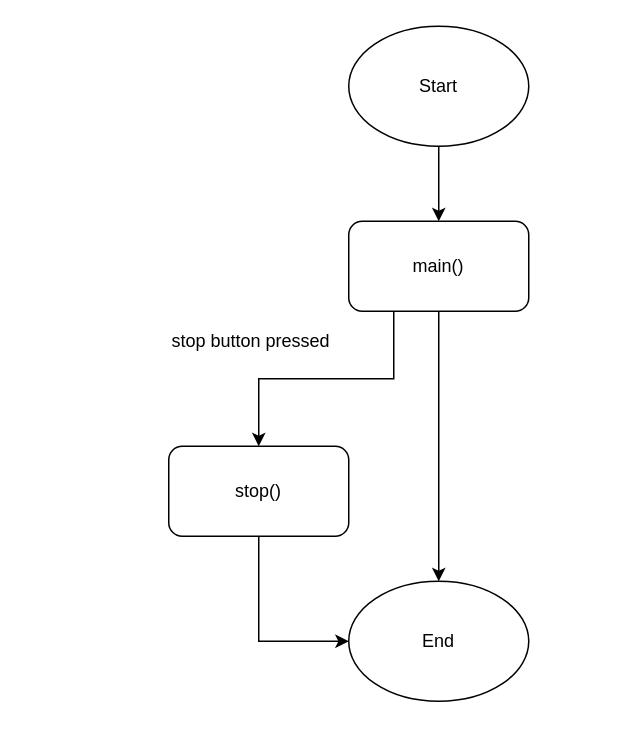
Earlier version of the draw.io diagram verkefni3/part2/flowchart/Verkefni 3-2.drawio (reyniraron/rob2a). Source tidied: cells renumbered, new cells numbered last; positions are measured from the earlier drawing's top-left corner, leaving out a move shared by most shapes. Both pictures are drawn from the tidied source at 150%, with x=0, y=0 at pixel (168, 26).
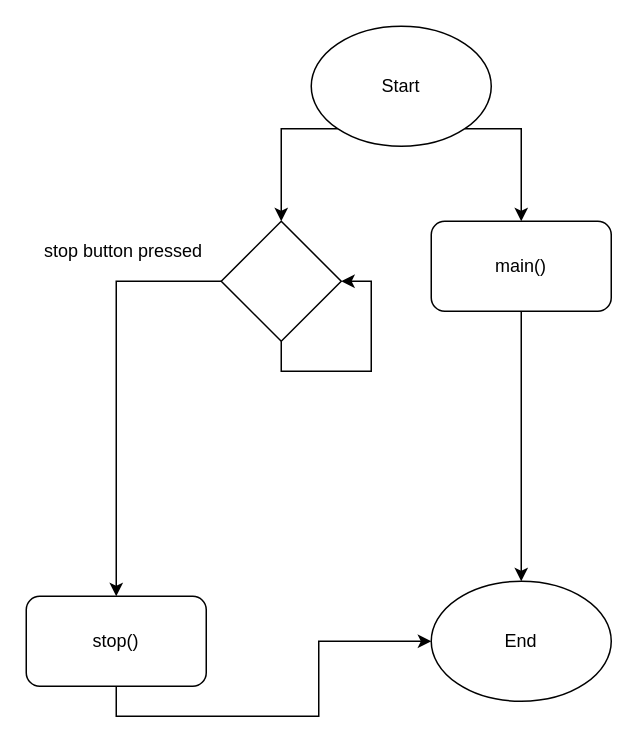
Above is the later version.

The edit, as a diff of the source:
```diff
@@
 <mxGraphModel>
   <root>
     <mxCell id="0" />
     <mxCell id="1" parent="0" />
-    <mxCell id="2" style="edgeStyle=orthogonalEdgeStyle;rounded=0;jettySize=auto;html=1;exitX=0.5;exitY=1;exitDx=0;exitDy=0;" parent="1" edge="1" source="3" target="6">
-      <mxGeometry relative="1" as="geometry" />
+    <mxCell id="2" style="edgeStyle=orthogonalEdgeStyle;rounded=0;jettySize=auto;html=1;exitX=1;exitY=1;exitDx=0;exitDy=0;entryX=0.5;entryY=0;entryDx=0;entryDy=0;" parent="1" edge="1" source="3" target="6">
+      <mxGeometry relative="1" as="geometry">
+        <Array as="points">
+          <mxPoint x="235" y="68" />
+        </Array>
+      </mxGeometry>
     </mxCell>
+    <mxCell id="11" style="edgeStyle=orthogonalEdgeStyle;rounded=0;jettySize=auto;html=1;exitX=0;exitY=1;exitDx=0;exitDy=0;entryX=0.5;entryY=0;entryDx=0;entryDy=0;" parent="1" edge="1" source="3">
+      <mxGeometry relative="1" as="geometry">
+        <mxPoint x="75" y="130" as="targetPoint" />
+        <Array as="points">
+          <mxPoint x="75" y="68" />
+        </Array>
+      </mxGeometry>
+    </mxCell>
     <mxCell id="3" value="Start" style="ellipse;whiteSpace=wrap;html=1;" parent="1" vertex="1">
-      <mxGeometry x="120" width="120" height="80" as="geometry" />
+      <mxGeometry x="95" width="120" height="80" as="geometry" />
     </mxCell>
-    <mxCell id="4" style="edgeStyle=orthogonalEdgeStyle;rounded=0;jettySize=auto;html=1;exitX=0.25;exitY=1;exitDx=0;exitDy=0;entryX=0.5;entryY=0;entryDx=0;entryDy=0;" parent="1" edge="1" source="6" target="8">
-      <mxGeometry relative="1" as="geometry" />
-    </mxCell>
     <mxCell id="5" style="edgeStyle=orthogonalEdgeStyle;rounded=0;jettySize=auto;html=1;exitX=0.5;exitY=1;exitDx=0;exitDy=0;entryX=0.5;entryY=0;entryDx=0;entryDy=0;" parent="1" edge="1" source="6" target="10">
       <mxGeometry relative="1" as="geometry" />
     </mxCell>
     <mxCell id="6" value="main()" style="rounded=1;whiteSpace=wrap;html=1;" parent="1" vertex="1">
-      <mxGeometry x="120" y="130" width="120" height="60" as="geometry" />
+      <mxGeometry x="175" y="130" width="120" height="60" as="geometry" />
     </mxCell>
     <mxCell id="7" style="edgeStyle=orthogonalEdgeStyle;rounded=0;jettySize=auto;html=1;exitX=0.5;exitY=1;exitDx=0;exitDy=0;entryX=0;entryY=0.5;entryDx=0;entryDy=0;" parent="1" edge="1" source="8" target="10">
       <mxGeometry relative="1" as="geometry" />
     </mxCell>
     <mxCell id="8" value="stop()" style="rounded=1;whiteSpace=wrap;html=1;" parent="1" vertex="1">
-      <mxGeometry y="280" width="120" height="60" as="geometry" />
+      <mxGeometry x="-95" y="380" width="120" height="60" as="geometry" />
     </mxCell>
     <mxCell id="9" value="stop button pressed" style="text;html=1;strokeColor=none;fillColor=none;align=center;verticalAlign=middle;whiteSpace=wrap;rounded=0;" parent="1" vertex="1">
-      <mxGeometry y="200" width="110" height="20" as="geometry" />
+      <mxGeometry x="-85" y="140" width="110" height="20" as="geometry" />
     </mxCell>
     <mxCell id="10" value="End" style="ellipse;whiteSpace=wrap;html=1;" parent="1" vertex="1">
-      <mxGeometry x="120" y="370" width="120" height="80" as="geometry" />
+      <mxGeometry x="175" y="370" width="120" height="80" as="geometry" />
     </mxCell>
+    <mxCell id="12" style="edgeStyle=orthogonalEdgeStyle;rounded=0;jettySize=auto;html=1;exitX=0;exitY=0.5;exitDx=0;exitDy=0;entryX=0.5;entryY=0;entryDx=0;entryDy=0;" parent="1" edge="1" source="13" target="8">
+      <mxGeometry relative="1" as="geometry" />
+    </mxCell>
+    <mxCell id="13" style="rhombus;whiteSpace=wrap;html=1;" parent="1" vertex="1">
+      <mxGeometry x="35" y="130" width="80" height="80" as="geometry" />
+    </mxCell>
+    <mxCell id="14" style="edgeStyle=orthogonalEdgeStyle;rounded=0;orthogonalLoop=1;jettySize=auto;html=1;exitX=0.5;exitY=1;exitDx=0;exitDy=0;entryX=1;entryY=0.5;entryDx=0;entryDy=0;" parent="1" edge="1" source="13" target="13">
+      <mxGeometry relative="1" as="geometry" />
+    </mxCell>
   </root>
 </mxGraphModel>
```
